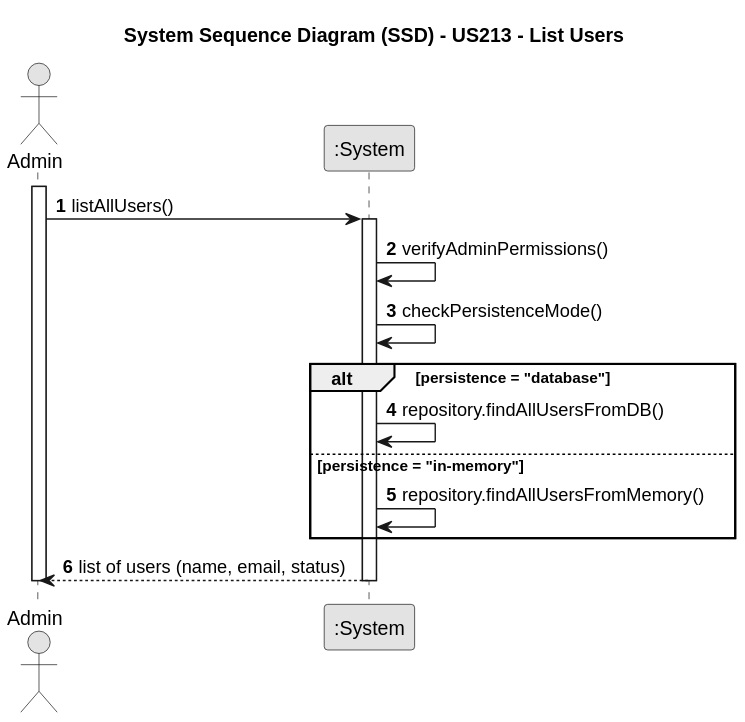
The PlantUML diagram docs/planning/sprint2/EAPLI/US213 - List Users/01.requirements-engineering/svg/us213-system-sequence-diagram.svg in SAEmanuel/Shodrone_ISEP, before a commit.
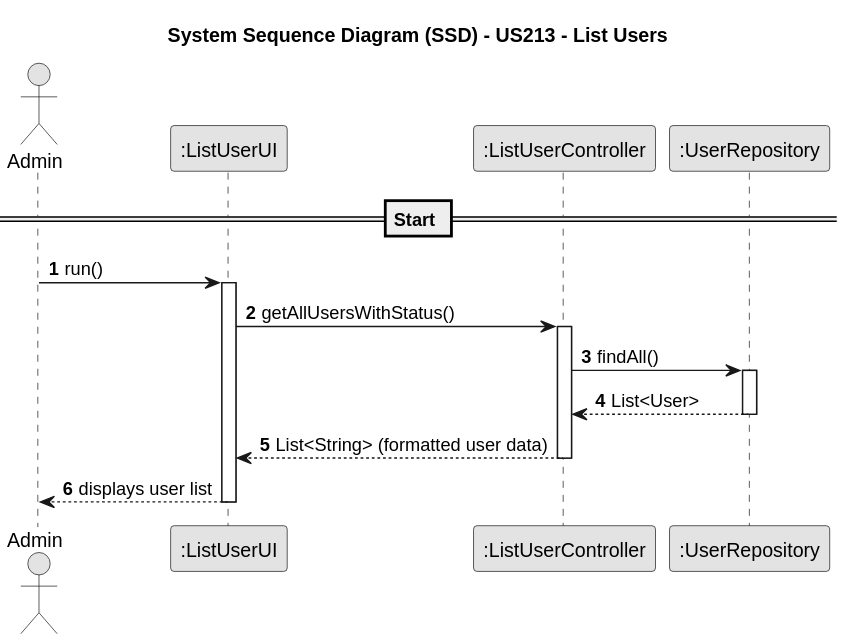
Above is the later version.

The edit, as a diff of the source:
```diff
@@ -8,25 +8,28 @@
 autonumber
 
 actor "Admin" as Admin
-participant ":System" as System
+participant ":ListUserUI" as UI
+participant ":ListUserController" as Controller
+participant ":UserRepository" as Repo
 
-activate Admin
+== Start ==
 
-    Admin -> System : listAllUsers()
-    activate System
+Admin -> UI : run()
+activate UI
 
-        System -> System : verifyAdminPermissions()
-        System -> System : checkPersistenceMode()
+UI -> Controller : getAllUsersWithStatus()
+activate Controller
 
-        alt persistence = "database"
-            System -> System : repository.findAllUsersFromDB()
-        else persistence = "in-memory"
-            System -> System : repository.findAllUsersFromMemory()
-        end
+Controller -> Repo : findAll()
+activate Repo
+Repo --> Controller : List<User>
+deactivate Repo
 
-        System --> Admin : list of users (name, email, status)
+Controller --> UI : List<String> (formatted user data)
+deactivate Controller
 
-    deactivate System
+UI --> Admin : displays user list
+deactivate UI
 
 deactivate Admin
 @enduml
```
